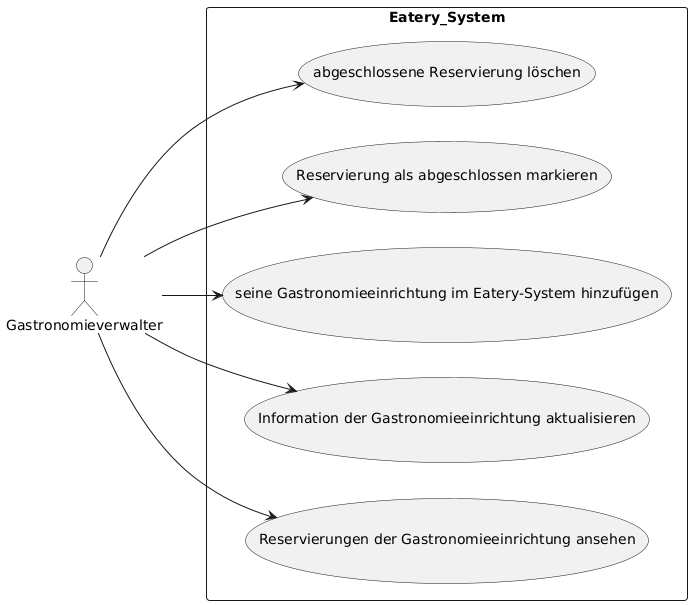
kyklospi/eatery keeps this PlantUML diagram as diagram/useCaseDiagram-manager.png. Above is the earlier version. Its diagram source:
```plantuml
@startuml
left to right direction
actor "Gastronomieverwalter" as manager
rectangle Eatery_System {
  usecase "Reservierungen der Gastronomieeinrichtung ansehen" as UC7
  usecase "Information der Gastronomieeinrichtung aktualisieren" as UC8
  usecase "seine Gastronomieeinrichtung im Eatery-System hinzufügen" as UC9
  usecase "Reservierung als abgeschlossen markieren" as UC10
  usecase "abgeschlossene Reservierung löschen" as UC11
}
manager --> UC7
manager --> UC8
manager --> UC9
manager --> UC10
manager --> UC11
@enduml
```
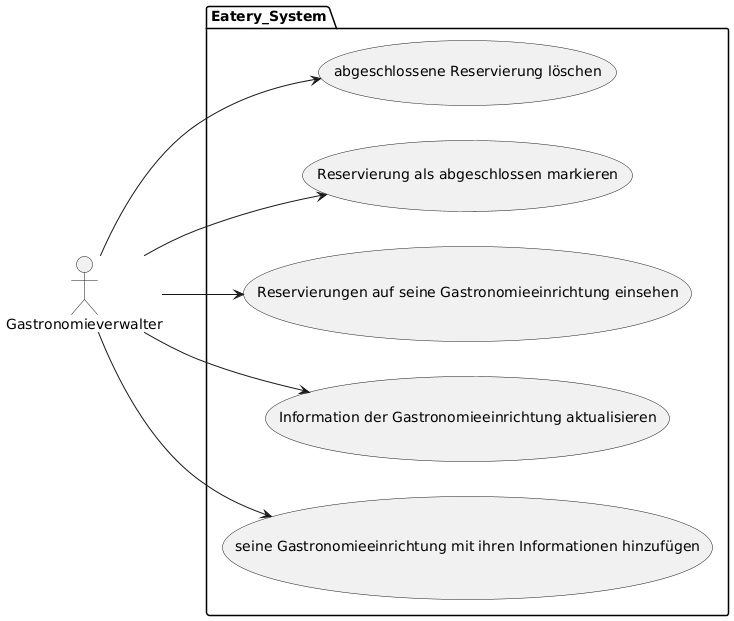
Later version of the same file.

Change to the diagram source:
```diff
@@ -1,12 +1,13 @@
 @startuml
 left to right direction
 actor "Gastronomieverwalter" as manager
-rectangle Eatery_System {
-  usecase "Reservierungen der Gastronomieeinrichtung ansehen" as UC7
+package Eatery_System {
+  usecase "seine Gastronomieeinrichtung mit ihren Informationen hinzufügen" as UC7
   usecase "Information der Gastronomieeinrichtung aktualisieren" as UC8
-  usecase "seine Gastronomieeinrichtung im Eatery-System hinzufügen" as UC9
+  usecase "Reservierungen auf seine Gastronomieeinrichtung einsehen" as UC9
   usecase "Reservierung als abgeschlossen markieren" as UC10
   usecase "abgeschlossene Reservierung löschen" as UC11
+
 }
 manager --> UC7
 manager --> UC8
```
